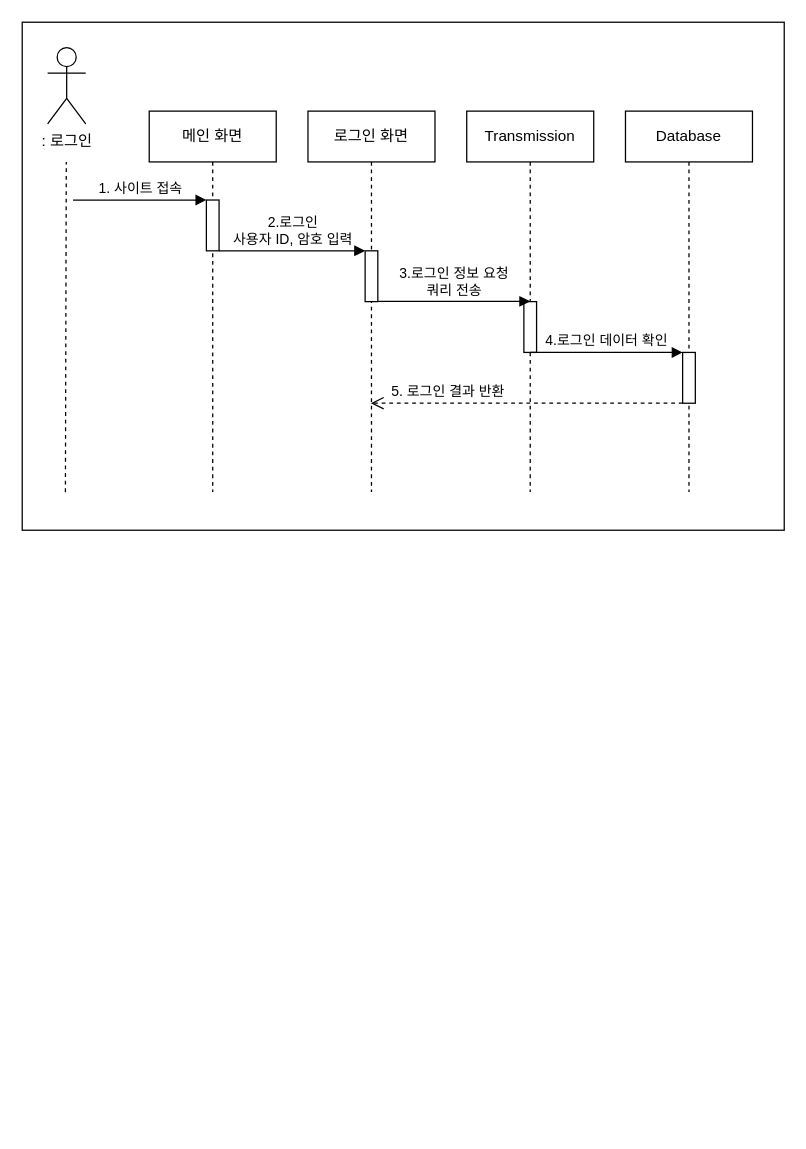
his8457/diagram keeps this draw.io diagram as sloweat/sloweat_operation_sequence_회원가입.drawio. Above is the earlier version. Source tidied: cells renumbered, new cells numbered last; positions are measured from the earlier drawing's top-left corner, leaving out a move shared by most shapes. Both pictures are drawn from the tidied source at 127%, with x=0, y=0 at pixel (22, 22).
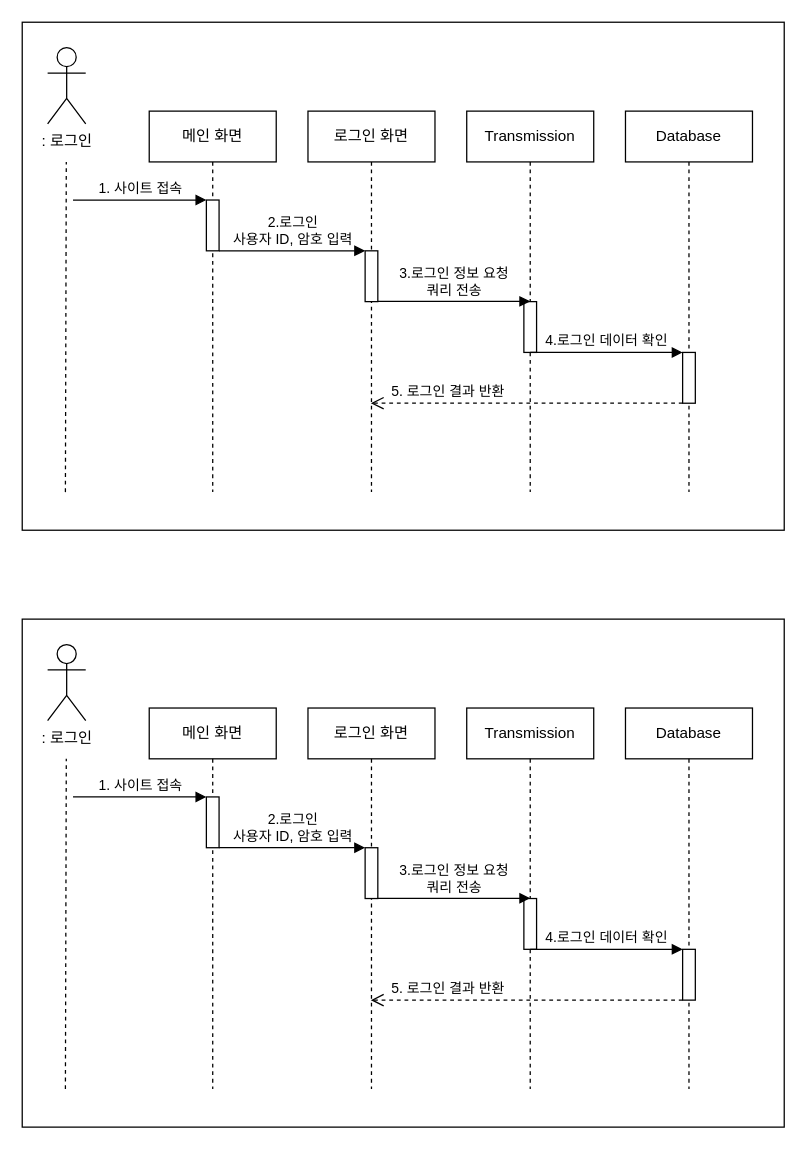
The same page after the edit.

Commit message (it also covers changes not shown here):
sloweat_operation_sequence_회원가입.drawio 업데이트

What changed in the source:
```diff
@@
+    <mxCell id="18" style="rounded=0;whiteSpace=wrap;html=1;" parent="1" vertex="1">
+      <mxGeometry y="470" width="600" height="400" as="geometry" />
+    </mxCell>
+    <mxCell id="19" value="메인 화면" style="shape=umlLifeline;perimeter=lifelinePerimeter;whiteSpace=wrap;html=1;newEdgeStyle={&quot;edgeStyle&quot;:&quot;elbowEdgeStyle&quot;,&quot;elbow&quot;:&quot;vertical&quot;,&quot;curved&quot;:0,&quot;rounded&quot;:0};" parent="1" vertex="1">
+      <mxGeometry x="100" y="540" width="100" height="300" as="geometry" />
+    </mxCell>
+    <mxCell id="20" style="html=1;points=[];perimeter=orthogonalPerimeter;outlineConnect=0;targetShapes=umlLifeline;portConstraint=eastwest;newEdgeStyle={&quot;edgeStyle&quot;:&quot;elbowEdgeStyle&quot;,&quot;elbow&quot;:&quot;vertical&quot;,&quot;curved&quot;:0,&quot;rounded&quot;:0};" parent="19" vertex="1">
+      <mxGeometry x="45" y="70" width="10" height="40" as="geometry" />
+    </mxCell>
+    <mxCell id="21" value="로그인 화면" style="shape=umlLifeline;perimeter=lifelinePerimeter;whiteSpace=wrap;html=1;outlineConnect=0;portConstraint=eastwest;newEdgeStyle={&quot;edgeStyle&quot;:&quot;elbowEdgeStyle&quot;,&quot;elbow&quot;:&quot;vertical&quot;,&quot;curved&quot;:0,&quot;rounded&quot;:0};" parent="1" vertex="1">
+      <mxGeometry x="225" y="540" width="100" height="300" as="geometry" />
+    </mxCell>
+    <mxCell id="22" style="html=1;perimeter=orthogonalPerimeter;targetShapes=umlLifeline;newEdgeStyle={&quot;edgeStyle&quot;:&quot;elbowEdgeStyle&quot;,&quot;elbow&quot;:&quot;vertical&quot;,&quot;curved&quot;:0,&quot;rounded&quot;:0};" parent="21" vertex="1">
+      <mxGeometry x="45" y="110" width="10" height="40" as="geometry" />
+    </mxCell>
+    <mxCell id="23" value="2.로그인&lt;div&gt;사용자 ID, 암호 입력&lt;/div&gt;" style="html=1;verticalAlign=bottom;endArrow=block;edgeStyle=elbowEdgeStyle;elbow=vertical;curved=0;rounded=0;" parent="1" edge="1" source="20">
+      <mxGeometry relative="1" as="geometry">
+        <mxPoint x="270" y="650" as="targetPoint" />
+        <Array as="points">
+          <mxPoint x="270" y="650" />
+        </Array>
+      </mxGeometry>
+    </mxCell>
+    <mxCell id="24" value="5. 로그인 결과 반환" style="html=1;verticalAlign=bottom;endArrow=open;dashed=1;endSize=8;edgeStyle=elbowEdgeStyle;elbow=vertical;curved=0;rounded=0;align=left;" parent="1" edge="1" source="32" target="21">
+      <mxGeometry x="0.88" relative="1" as="geometry">
+        <Array as="points">
+          <mxPoint x="490" y="770" />
+        </Array>
+      </mxGeometry>
+    </mxCell>
+    <mxCell id="25" value=": 로그인" style="shape=umlActor;verticalLabelPosition=bottom;verticalAlign=top;html=1;" parent="1" vertex="1">
+      <mxGeometry x="20" y="490" width="30" height="60" as="geometry" />
+    </mxCell>
+    <mxCell id="26" style="endArrow=none;dashed=1;html=1;rounded=0;" parent="1" edge="1">
+      <mxGeometry relative="1" as="geometry">
+        <mxPoint x="34" y="840" as="sourcePoint" />
+        <mxPoint x="34.7" y="580" as="targetPoint" />
+      </mxGeometry>
+    </mxCell>
+    <mxCell id="27" value="1. 사이트 접속" style="html=1;verticalAlign=bottom;endArrow=block;edgeStyle=elbowEdgeStyle;elbow=vertical;curved=0;rounded=0;" parent="1" edge="1">
+      <mxGeometry relative="1" as="geometry">
+        <mxPoint x="40" y="610" as="sourcePoint" />
+        <mxPoint x="145" y="610" as="targetPoint" />
+        <Array as="points">
+          <mxPoint x="55" y="610" />
+        </Array>
+      </mxGeometry>
+    </mxCell>
+    <mxCell id="28" value="Transmission" style="shape=umlLifeline;perimeter=lifelinePerimeter;whiteSpace=wrap;html=1;newEdgeStyle={&quot;edgeStyle&quot;:&quot;elbowEdgeStyle&quot;,&quot;elbow&quot;:&quot;vertical&quot;,&quot;curved&quot;:0,&quot;rounded&quot;:0};" parent="1" vertex="1">
+      <mxGeometry x="350" y="540" width="100" height="300" as="geometry" />
+    </mxCell>
+    <mxCell id="29" style="html=1;perimeter=orthogonalPerimeter;targetShapes=umlLifeline;newEdgeStyle={&quot;edgeStyle&quot;:&quot;elbowEdgeStyle&quot;,&quot;elbow&quot;:&quot;vertical&quot;,&quot;curved&quot;:0,&quot;rounded&quot;:0};" parent="28" vertex="1">
+      <mxGeometry x="45" y="150" width="10" height="40" as="geometry" />
+    </mxCell>
+    <mxCell id="30" value="3.로그인 정보 요청&lt;div&gt;쿼리 전송&lt;/div&gt;" style="html=1;verticalAlign=bottom;endArrow=block;edgeStyle=elbowEdgeStyle;elbow=vertical;curved=0;rounded=0;" parent="1" edge="1">
+      <mxGeometry relative="1" as="geometry">
+        <mxPoint x="280" y="689.8" as="sourcePoint" />
+        <mxPoint x="400" y="689.8" as="targetPoint" />
+        <Array as="points">
+          <mxPoint x="400" y="689.8" />
+        </Array>
+      </mxGeometry>
+    </mxCell>
+    <mxCell id="31" value="Database" style="shape=umlLifeline;perimeter=lifelinePerimeter;whiteSpace=wrap;html=1;newEdgeStyle={&quot;edgeStyle&quot;:&quot;elbowEdgeStyle&quot;,&quot;elbow&quot;:&quot;vertical&quot;,&quot;curved&quot;:0,&quot;rounded&quot;:0};" parent="1" vertex="1">
+      <mxGeometry x="475" y="540" width="100" height="300" as="geometry" />
+    </mxCell>
+    <mxCell id="32" style="html=1;points=[];perimeter=orthogonalPerimeter;outlineConnect=0;targetShapes=umlLifeline;portConstraint=eastwest;newEdgeStyle={&quot;edgeStyle&quot;:&quot;elbowEdgeStyle&quot;,&quot;elbow&quot;:&quot;vertical&quot;,&quot;curved&quot;:0,&quot;rounded&quot;:0};" parent="31" vertex="1">
+      <mxGeometry x="45" y="190" width="10" height="40" as="geometry" />
+    </mxCell>
+    <mxCell id="33" value="4.로그인 데이터 확인" style="html=1;verticalAlign=bottom;endArrow=block;edgeStyle=elbowEdgeStyle;elbow=vertical;curved=0;rounded=0;" parent="1" edge="1">
+      <mxGeometry relative="1" as="geometry">
+        <mxPoint x="400" y="730" as="sourcePoint" />
+        <mxPoint x="520" y="730" as="targetPoint" />
+        <Array as="points">
+          <mxPoint x="520" y="730" />
+        </Array>
+      </mxGeometry>
+    </mxCell>
```
